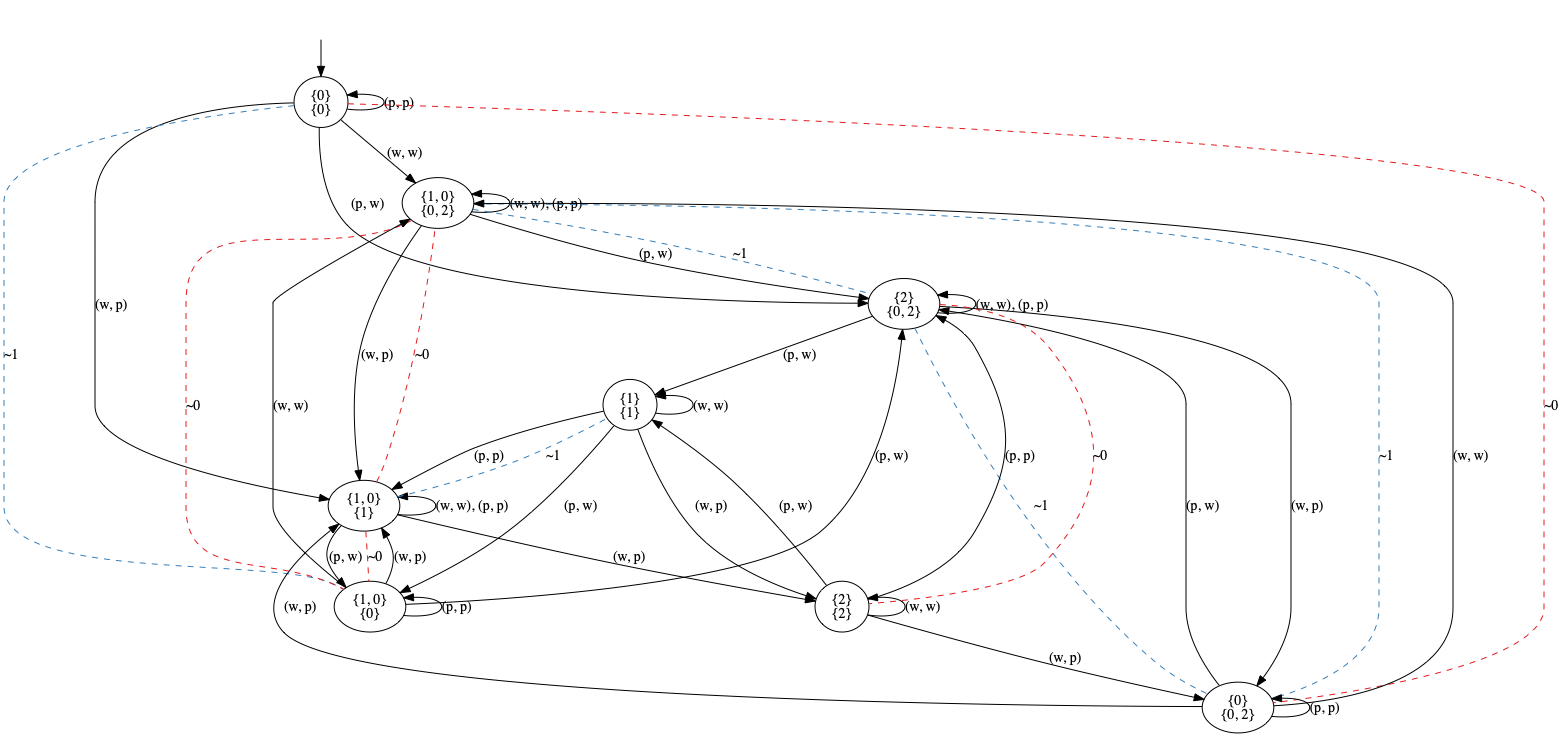
olandr/mkbsc keeps this Graphviz diagram as pictures/GK.png. Above is the earlier version. Its source is kept beside it as pictures/GK.dot.
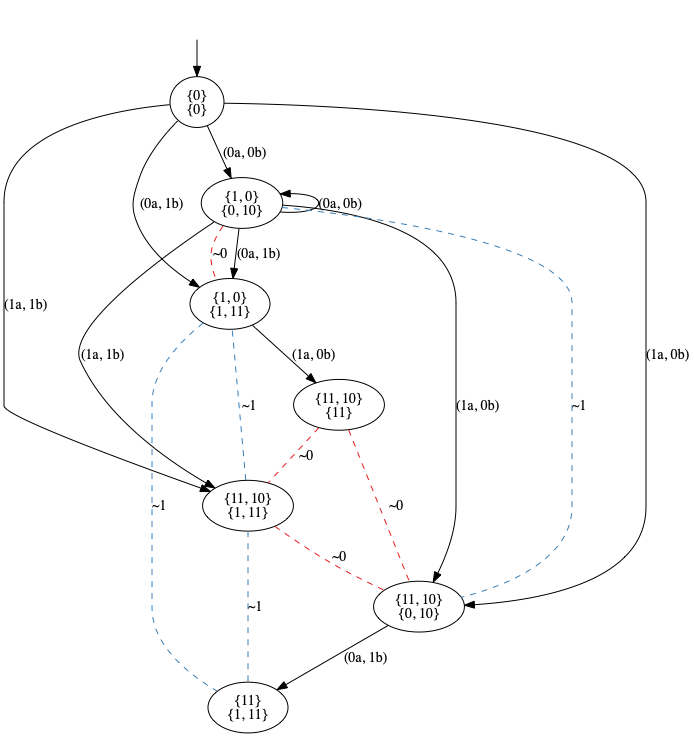
Later version of the same file.

What changed in the source:
```diff
@@ -3,53 +3,31 @@
 nodesep=0.5;
 ranksep=0.5;
 splines=True;
-4714401408 [label="{0}\n{0}"];
-4714401464 [label="{1, 0}\n{0, 2}"];
-4714400960 [label="{2}\n{0, 2}"];
-4714401688 [label="{1, 0}\n{1}"];
-4714456400 [label="{1}\n{1}"];
-4714316016 [label="{0}\n{0, 2}"];
-4714316240 [label="{1, 0}\n{0}"];
-4714316352 [label="{2}\n{2}"];
+4552396136 [label="{0}\n{0}"];
+4552394680 [label="{1, 0}\n{0, 10}"];
+4552395744 [label="{11, 10}\n{0, 10}"];
+4552394456 [label="{1, 0}\n{1, 11}"];
+4552664904 [label="{11, 10}\n{1, 11}"];
+4552666976 [label="{11}\n{1, 11}"];
+4552665128 [label="{11, 10}\n{11}"];
 hidden [label="", shape=none];
-4714401408 -> 4714401464  [action="('w', 'w')", key="('w', 'w')", label="(w, w)"];
-4714401408 -> 4714400960  [action="('p', 'w')", key="('p', 'w')", label="(p, w)"];
-4714401408 -> 4714401688  [action="('w', 'p')", key="('w', 'p')", label="(w, p)"];
-4714401408 -> 4714401408  [action="('p', 'p')", dir=back, key="('p', 'p')", label="(p, p)"];
-4714401408 -> 4714316016  [arrowhead=none, color=1, colorscheme=set19, constraint=True, key=0, label="~0", style=dashed];
-4714401408 -> 4714316240  [arrowhead=none, color=2, colorscheme=set19, constraint=True, key=0, label="~1", style=dashed];
-4714401464 -> 4714400960  [action="('p', 'w')", key="('p', 'w')", label="(p, w)"];
-4714401464 -> 4714400960  [arrowhead=none, color=2, colorscheme=set19, constraint=True, key=1, label="~1", style=dashed];
-4714401464 -> 4714401688  [action="('w', 'p')", key="('w', 'p')", label="(w, p)"];
-4714401464 -> 4714401464  [action="(('w', 'w'), ('p', 'p'))", dir=back, key="(('w', 'w'), ('p', 'p'))", label="(w, w), (p, p)"];
-4714401464 -> 4714316240  [arrowhead=none, color=1, colorscheme=set19, constraint=True, key=0, label="~0", style=dashed];
-4714401464 -> 4714316016  [arrowhead=none, color=2, colorscheme=set19, constraint=True, key=0, label="~1", style=dashed];
-4714400960 -> 4714456400  [action="('p', 'w')", key="('p', 'w')", label="(p, w)"];
-4714400960 -> 4714316016  [action="('w', 'p')", key="('w', 'p')", label="(w, p)"];
-4714400960 -> 4714316016  [arrowhead=none, color=2, colorscheme=set19, constraint=True, key=1, label="~1", style=dashed];
-4714400960 -> 4714400960  [action="(('w', 'w'), ('p', 'p'))", dir=back, key="(('w', 'w'), ('p', 'p'))", label="(w, w), (p, p)"];
-4714400960 -> 4714316352  [arrowhead=none, color=1, colorscheme=set19, constraint=True, key=0, label="~0", style=dashed];
-4714401688 -> 4714316240  [action="('p', 'w')", key="('p', 'w')", label="(p, w)"];
-4714401688 -> 4714316240  [arrowhead=none, color=1, colorscheme=set19, constraint=True, key=1, label="~0", style=dashed];
-4714401688 -> 4714316352  [action="('w', 'p')", key="('w', 'p')", label="(w, p)"];
-4714401688 -> 4714401688  [action="(('w', 'w'), ('p', 'p'))", dir=back, key="(('w', 'w'), ('p', 'p'))", label="(w, w), (p, p)"];
-4714401688 -> 4714401464  [arrowhead=none, color=1, colorscheme=set19, constraint=True, key=0, label="~0", style=dashed];
-4714401688 -> 4714456400  [arrowhead=none, color=2, colorscheme=set19, constraint=True, key=0, label="~1", style=dashed];
-4714456400 -> 4714456400  [action="('w', 'w')", dir=back, key="('w', 'w')", label="(w, w)"];
-4714456400 -> 4714316240  [action="('p', 'w')", key="('p', 'w')", label="(p, w)"];
-4714456400 -> 4714316352  [action="('w', 'p')", key="('w', 'p')", label="(w, p)"];
-4714456400 -> 4714401688  [action="('p', 'p')", key="('p', 'p')", label="(p, p)"];
-4714316016 -> 4714401464  [action="('w', 'w')", key="('w', 'w')", label="(w, w)"];
-4714316016 -> 4714400960  [action="('p', 'w')", key="('p', 'w')", label="(p, w)"];
-4714316016 -> 4714401688  [action="('w', 'p')", key="('w', 'p')", label="(w, p)"];
-4714316016 -> 4714316016  [action="('p', 'p')", dir=back, key="('p', 'p')", label="(p, p)"];
-4714316240 -> 4714401464  [action="('w', 'w')", key="('w', 'w')", label="(w, w)"];
-4714316240 -> 4714400960  [action="('p', 'w')", key="('p', 'w')", label="(p, w)"];
-4714316240 -> 4714401688  [action="('w', 'p')", key="('w', 'p')", label="(w, p)"];
-4714316240 -> 4714316240  [action="('p', 'p')", dir=back, key="('p', 'p')", label="(p, p)"];
-4714316352 -> 4714316352  [action="('w', 'w')", dir=back, key="('w', 'w')", label="(w, w)"];
-4714316352 -> 4714456400  [action="('p', 'w')", key="('p', 'w')", label="(p, w)"];
-4714316352 -> 4714316016  [action="('w', 'p')", key="('w', 'p')", label="(w, p)"];
-4714316352 -> 4714400960  [action="('p', 'p')", key="('p', 'p')", label="(p, p)"];
-hidden -> 4714401408  [key=0];
+4552396136 -> 4552394680  [action="('0a', '0b')", key="('0a', '0b')", label="(0a, 0b)"];
+4552396136 -> 4552395744  [action="('1a', '0b')", key="('1a', '0b')", label="(1a, 0b)"];
+4552396136 -> 4552394456  [action="('0a', '1b')", key="('0a', '1b')", label="(0a, 1b)"];
+4552396136 -> 4552664904  [action="('1a', '1b')", key="('1a', '1b')", label="(1a, 1b)"];
+4552394680 -> 4552394680  [action="('0a', '0b')", dir=back, key="('0a', '0b')", label="(0a, 0b)"];
+4552394680 -> 4552395744  [action="('1a', '0b')", key="('1a', '0b')", label="(1a, 0b)"];
+4552394680 -> 4552395744  [arrowhead=none, color=2, colorscheme=set19, constraint=True, key=1, label="~1", style=dashed];
+4552394680 -> 4552394456  [action="('0a', '1b')", key="('0a', '1b')", label="(0a, 1b)"];
+4552394680 -> 4552394456  [arrowhead=none, color=1, colorscheme=set19, constraint=True, key=1, label="~0", style=dashed];
+4552394680 -> 4552664904  [action="('1a', '1b')", key="('1a', '1b')", label="(1a, 1b)"];
+4552395744 -> 4552666976  [action="('0a', '1b')", key="('0a', '1b')", label="(0a, 1b)"];
+4552394456 -> 4552665128  [action="('1a', '0b')", key="('1a', '0b')", label="(1a, 0b)"];
+4552394456 -> 4552666976  [arrowhead=none, color=2, colorscheme=set19, constraint=True, key=0, label="~1", style=dashed];
+4552664904 -> 4552395744  [arrowhead=none, color=1, colorscheme=set19, constraint=True, key=0, label="~0", style=dashed];
+4552664904 -> 4552394456  [arrowhead=none, color=2, colorscheme=set19, constraint=True, key=0, label="~1", style=dashed];
+4552664904 -> 4552666976  [arrowhead=none, color=2, colorscheme=set19, constraint=True, key=0, label="~1", style=dashed];
+4552665128 -> 4552664904  [arrowhead=none, color=1, colorscheme=set19, constraint=True, key=0, label="~0", style=dashed];
+4552665128 -> 4552395744  [arrowhead=none, color=1, colorscheme=set19, constraint=True, key=0, label="~0", style=dashed];
+hidden -> 4552396136  [key=0];
 }
```
